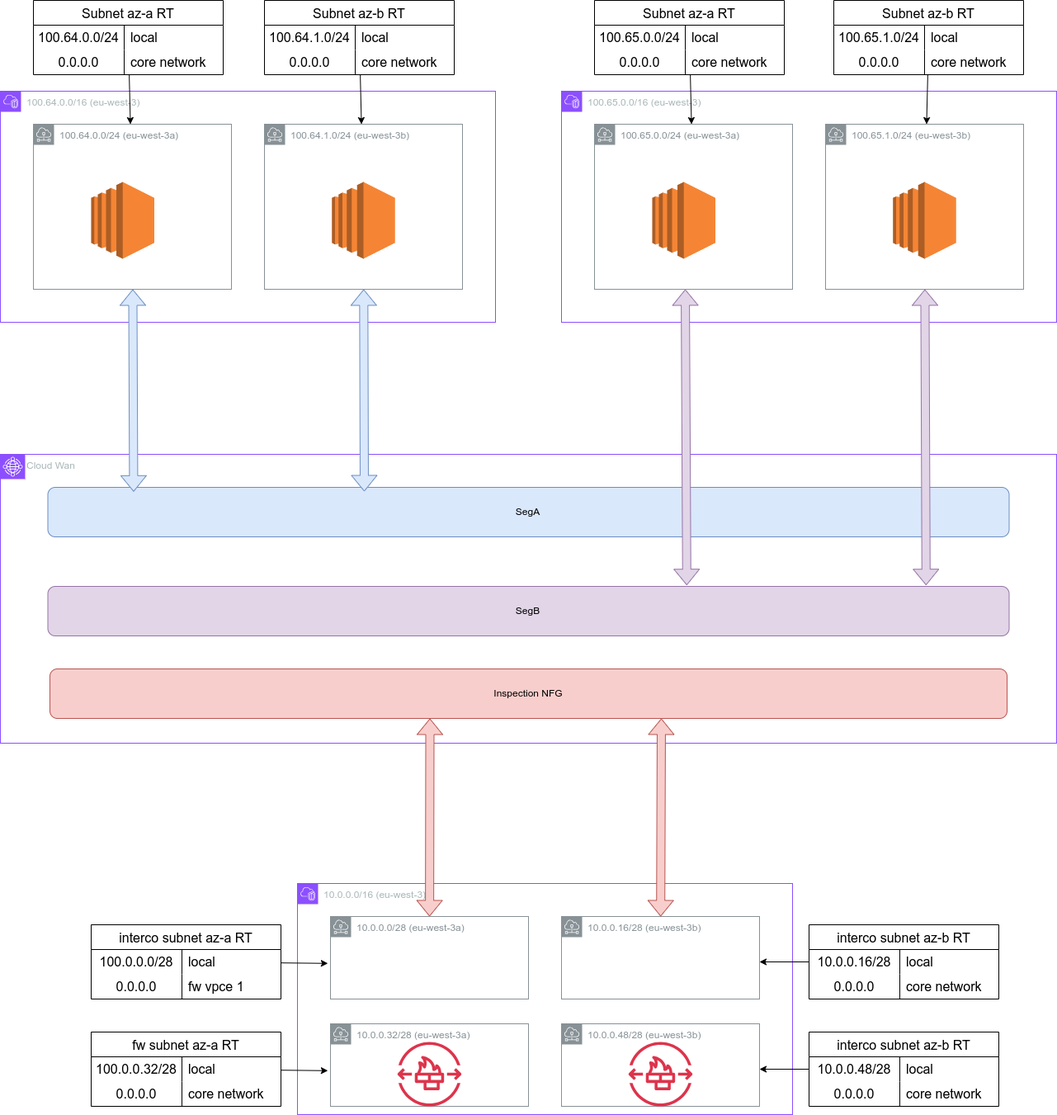
Before: docs/architecture.drawio.png, a diagram exported from draw.io (NRHelmi/cloudwan-inspection). Source tidied: cells renumbered, new cells last; positions are measured from the earlier drawing's top-left corner, leaving out a move shared by most shapes.
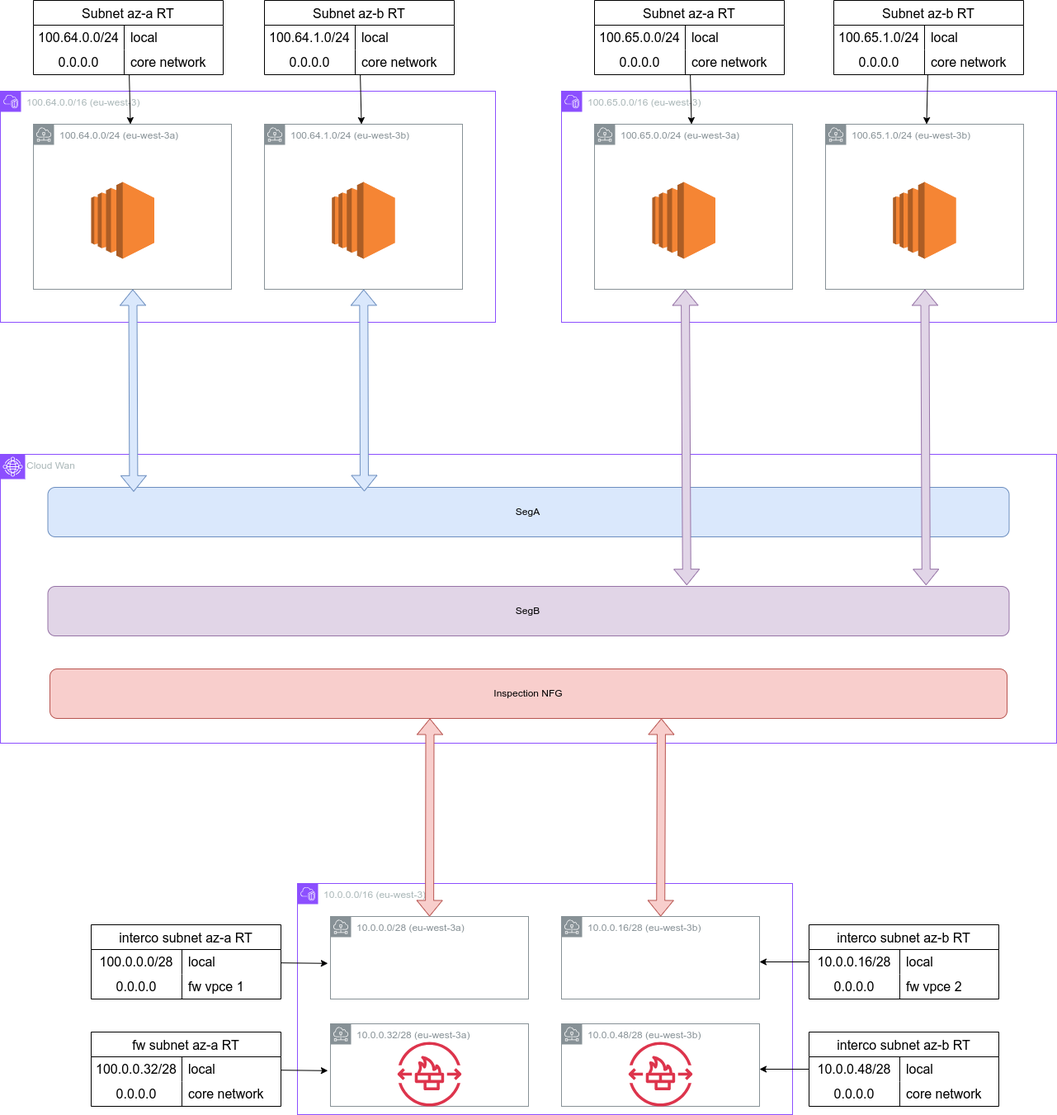
After the change.

Change to the diagram source:
```diff
@@ -207,7 +207,7 @@
     <mxCell id="68" value="0.0.0.0" style="shape=partialRectangle;html=1;whiteSpace=wrap;fillColor=none;top=0;left=0;bottom=0;right=0;overflow=hidden;strokeColor=inherit;fontSize=16;" parent="67" vertex="1">
       <mxGeometry width="110" height="30" as="geometry" />
     </mxCell>
-    <mxCell id="69" value="core network" style="shape=partialRectangle;html=1;whiteSpace=wrap;fillColor=none;top=0;left=0;bottom=0;right=0;align=left;spacingLeft=6;overflow=hidden;strokeColor=inherit;fontSize=16;" parent="67" vertex="1">
+    <mxCell id="69" value="fw vpce 2" style="shape=partialRectangle;html=1;whiteSpace=wrap;fillColor=none;top=0;left=0;bottom=0;right=0;align=left;spacingLeft=6;overflow=hidden;strokeColor=inherit;fontSize=16;" parent="67" vertex="1">
       <mxGeometry x="110" width="120" height="30" as="geometry" />
     </mxCell>
     <mxCell id="70" style="edgeStyle=none;html=1;entryX=-0.013;entryY=0.568;entryDx=0;entryDy=0;entryPerimeter=0;" parent="1" edge="1" source="71" target="50">
```
